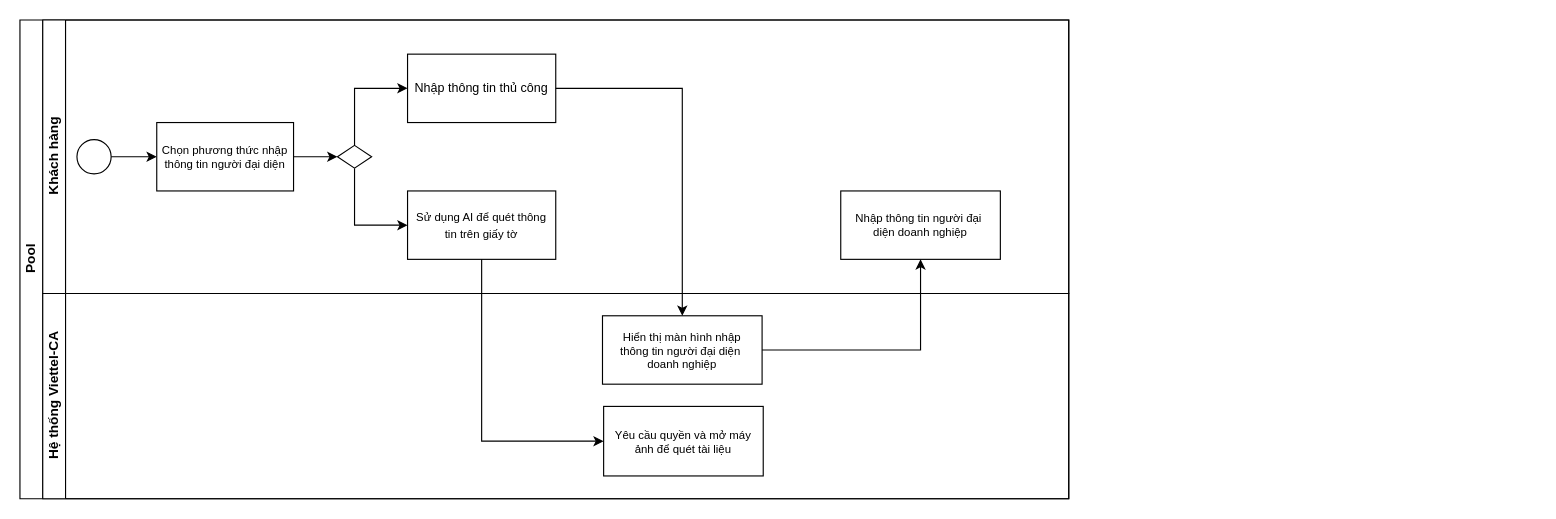
The draw.io diagram eKYC người đại diện.drawio in ddthang2611/TSA-Diagram, before the edit. Source tidied: cells renumbered, new cells numbered last; positions are measured from the earlier drawing's top-left corner, leaving out a move shared by most shapes. Both pictures are drawn from the tidied source at 114%, with x=0, y=0 at pixel (19, 19).
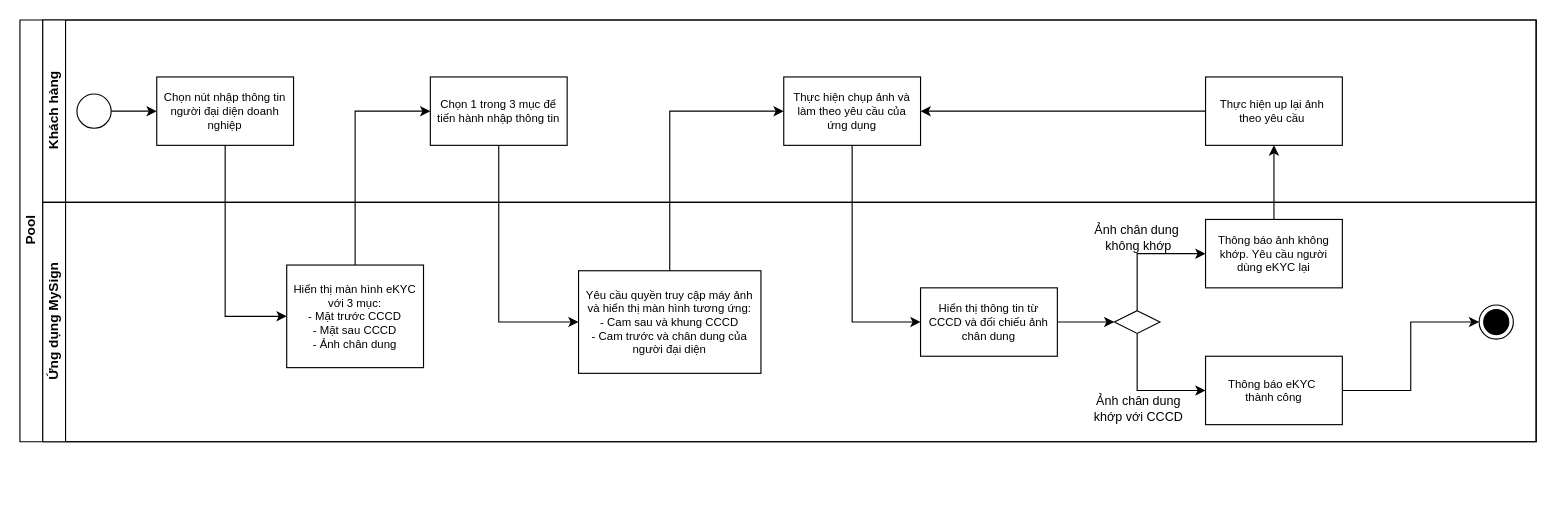
The same page after the edit.

Commit message:
Cập nhật eKYC người đại diện.drawio

The edit, as a diff of the source:
```diff
@@
     <mxCell id="2" value="Pool" style="swimlane;html=1;horizontal=0;startSize=20;" parent="1" vertex="1">
-      <mxGeometry width="920" height="420" as="geometry" />
+      <mxGeometry width="1330" height="370" as="geometry" />
     </mxCell>
     <mxCell id="3" value="Khách hàng" style="swimlane;html=1;startSize=20;horizontal=0;" parent="2" vertex="1">
-      <mxGeometry x="20" width="900" height="240" as="geometry" />
+      <mxGeometry x="20" width="1310" height="160" as="geometry" />
     </mxCell>
@@
     <mxCell id="5" style="ellipse;whiteSpace=wrap;html=1;" parent="3" vertex="1">
-      <mxGeometry x="30" y="105" width="30" height="30" as="geometry" />
+      <mxGeometry x="30" y="65" width="30" height="30" as="geometry" />
     </mxCell>
-    <mxCell id="6" style="edgeStyle=orthogonalEdgeStyle;rounded=0;jettySize=auto;html=1;exitX=1;exitY=0.5;exitDx=0;exitDy=0;entryX=0;entryY=0.5;entryDx=0;entryDy=0;" parent="3" edge="1" source="7" target="10">
-      <mxGeometry relative="1" as="geometry" />
-    </mxCell>
-    <mxCell id="7" value="Chọn phương thức nhập thông tin người đại diện" style="rounded=0;whiteSpace=wrap;html=1;fontFamily=Helvetica;fontSize=10;fontColor=#000000;align=center;" parent="3" vertex="1">
-      <mxGeometry x="100" y="90" width="120" height="60" as="geometry" />
+    <mxCell id="7" value="Chọn nút nhập thông tin&lt;br&gt;người đại diện doanh nghiệp" style="rounded=0;whiteSpace=wrap;html=1;fontFamily=Helvetica;fontSize=10;fontColor=#000000;align=center;" parent="3" vertex="1">
+      <mxGeometry x="100" y="50" width="120" height="60" as="geometry" />
     </mxCell>
-    <mxCell id="8" style="edgeStyle=orthogonalEdgeStyle;rounded=0;jettySize=auto;html=1;entryX=0;entryY=0.5;entryDx=0;entryDy=0;exitX=0.5;exitY=0;exitDx=0;exitDy=0;" parent="3" edge="1" source="10" target="11">
-      <mxGeometry relative="1" as="geometry" />
-    </mxCell>
-    <mxCell id="9" style="edgeStyle=orthogonalEdgeStyle;rounded=0;jettySize=auto;html=1;exitX=0.5;exitY=1;exitDx=0;exitDy=0;entryX=0;entryY=0.5;entryDx=0;entryDy=0;" parent="3" edge="1" source="10" target="12">
-      <mxGeometry relative="1" as="geometry" />
-    </mxCell>
-    <mxCell id="10" style="rhombus;whiteSpace=wrap;html=1;fontFamily=Helvetica;fontSize=12;fontColor=#000000;align=center;" parent="3" vertex="1">
-      <mxGeometry x="258.5" y="110" width="30" height="20" as="geometry" />
-    </mxCell>
-    <mxCell id="11" value="&lt;font style=&quot;font-size: 11px;&quot;&gt;Nhập thông tin thủ công&lt;/font&gt;" style="rounded=0;whiteSpace=wrap;html=1;fontFamily=Helvetica;fontSize=12;fontColor=#000000;align=center;" parent="3" vertex="1">
-      <mxGeometry x="320" y="30" width="130" height="60" as="geometry" />
-    </mxCell>
-    <mxCell id="12" value="&lt;font style=&quot;font-size: 10px;&quot;&gt;Sử dụng AI để quét thông&lt;br style=&quot;border-color: var(--border-color);&quot;&gt;&lt;span style=&quot;border-color: var(--border-color);&quot;&gt;tin trên giấy tờ&lt;/span&gt;&lt;/font&gt;" style="rounded=0;whiteSpace=wrap;html=1;fontFamily=Helvetica;fontSize=12;fontColor=#000000;align=center;" parent="3" vertex="1">
-      <mxGeometry x="320" y="150" width="130" height="60" as="geometry" />
-    </mxCell>
-    <mxCell id="13" value="Nhập thông tin người đại&amp;nbsp;&lt;br&gt;diện doanh nghiệp" style="whiteSpace=wrap;html=1;fontSize=10;" parent="3" vertex="1">
-      <mxGeometry x="700" y="150" width="140" height="60" as="geometry" />
-    </mxCell>
+    <mxCell id="20" value="Chọn 1 trong 3 mục để&lt;br&gt;tiến hành nhập thông tin" style="rounded=0;whiteSpace=wrap;html=1;fontFamily=Helvetica;fontSize=10;fontColor=#000000;align=center;" parent="3" vertex="1">
+      <mxGeometry x="340" y="50" width="120" height="60" as="geometry" />
+    </mxCell>
+    <mxCell id="21" value="Thực hiện chụp ảnh và làm theo yêu cầu của &lt;br&gt;ứng dụng" style="rounded=0;whiteSpace=wrap;html=1;fontFamily=Helvetica;fontSize=10;fontColor=#000000;align=center;" parent="3" vertex="1">
+      <mxGeometry x="650" y="50" width="120" height="60" as="geometry" />
+    </mxCell>
+    <mxCell id="22" style="edgeStyle=orthogonalEdgeStyle;rounded=0;jettySize=auto;html=1;exitX=0;exitY=0.5;exitDx=0;exitDy=0;entryX=1;entryY=0.5;entryDx=0;entryDy=0;" parent="3" edge="1" source="23" target="21">
+      <mxGeometry relative="1" as="geometry" />
+    </mxCell>
+    <mxCell id="23" value="Thực hiện up lại ảnh&amp;nbsp;&lt;br&gt;theo yêu cầu&amp;nbsp;" style="whiteSpace=wrap;html=1;fontSize=10;" parent="3" vertex="1">
+      <mxGeometry x="1020" y="50" width="120" height="60" as="geometry" />
+    </mxCell>
-    <mxCell id="14" value="Hệ thống Viettel-CA" style="swimlane;html=1;startSize=20;horizontal=0;" parent="2" vertex="1">
-      <mxGeometry x="20" y="240" width="900" height="180" as="geometry" />
+    <mxCell id="14" value="Ứng dụng MySign" style="swimlane;html=1;startSize=20;horizontal=0;" parent="2" vertex="1">
+      <mxGeometry x="20" y="160" width="1310" height="210" as="geometry" />
     </mxCell>
-    <mxCell id="15" value="Hiển thị màn hình&amp;nbsp;nhập &lt;br style=&quot;font-size: 10px;&quot;&gt;thông tin người đại diện&amp;nbsp;&lt;br&gt;doanh nghiệp" style="whiteSpace=wrap;html=1;fontSize=10;" parent="14" vertex="1">
-      <mxGeometry x="491" y="19.5" width="140" height="60" as="geometry" />
-    </mxCell>
-    <mxCell id="16" value="Yêu cầu quyền và mở máy ảnh để quét tài liệu" style="whiteSpace=wrap;html=1;fontSize=10;" parent="14" vertex="1">
-      <mxGeometry x="492" y="99" width="140" height="61" as="geometry" />
-    </mxCell>
-    <mxCell id="17" style="edgeStyle=orthogonalEdgeStyle;rounded=0;jettySize=auto;html=1;entryX=0;entryY=0.5;entryDx=0;entryDy=0;exitX=0.5;exitY=1;exitDx=0;exitDy=0;" parent="2" edge="1" source="12" target="16">
-      <mxGeometry relative="1" as="geometry" />
-    </mxCell>
-    <mxCell id="18" style="edgeStyle=orthogonalEdgeStyle;rounded=0;jettySize=auto;html=1;exitX=1;exitY=0.5;exitDx=0;exitDy=0;entryX=0.5;entryY=0;entryDx=0;entryDy=0;" parent="2" edge="1" source="11" target="15">
-      <mxGeometry relative="1" as="geometry" />
-    </mxCell>
-    <mxCell id="19" style="edgeStyle=orthogonalEdgeStyle;rounded=0;jettySize=auto;html=1;" parent="2" edge="1" source="15" target="13">
-      <mxGeometry relative="1" as="geometry" />
-    </mxCell>
+    <mxCell id="24" value="Hiển thị màn hình eKYC với 3 mục:&lt;br&gt;- Mặt trước CCCD&lt;br&gt;- Mặt sau CCCD&lt;br&gt;- Ảnh chân dung" style="rounded=0;whiteSpace=wrap;html=1;fontFamily=Helvetica;fontSize=10;fontColor=#000000;align=center;" parent="14" vertex="1">
+      <mxGeometry x="214" y="55" width="120" height="90" as="geometry" />
+    </mxCell>
+    <mxCell id="25" value="Yêu cầu quyền truy cập máy ảnh và hiển thị màn hình tương ứng:&lt;br&gt;- Cam sau và khung CCCD&lt;br&gt;- Cam trước và chân dung của người đại diện" style="rounded=0;whiteSpace=wrap;html=1;fontFamily=Helvetica;fontSize=10;fontColor=#000000;align=center;" parent="14" vertex="1">
+      <mxGeometry x="470" y="60" width="160" height="90" as="geometry" />
+    </mxCell>
+    <mxCell id="26" style="edgeStyle=orthogonalEdgeStyle;rounded=0;jettySize=auto;html=1;exitX=1;exitY=0.5;exitDx=0;exitDy=0;entryX=0;entryY=0.5;entryDx=0;entryDy=0;" parent="14" edge="1" source="27" target="30">
+      <mxGeometry relative="1" as="geometry" />
+    </mxCell>
+    <mxCell id="27" value="Hiển thị thông tin từ CCCD và đối chiếu ảnh&lt;br&gt;chân dung" style="rounded=0;whiteSpace=wrap;html=1;fontFamily=Helvetica;fontSize=10;fontColor=#000000;align=center;" parent="14" vertex="1">
+      <mxGeometry x="770" y="75" width="120" height="60" as="geometry" />
+    </mxCell>
+    <mxCell id="28" style="edgeStyle=orthogonalEdgeStyle;rounded=0;jettySize=auto;html=1;exitX=0.5;exitY=1;exitDx=0;exitDy=0;entryX=0;entryY=0.5;entryDx=0;entryDy=0;" parent="14" edge="1" source="30" target="35">
+      <mxGeometry relative="1" as="geometry" />
+    </mxCell>
+    <mxCell id="29" value="Ảnh chân dung&lt;br&gt;khớp với CCCD" style="edgeLabel;html=1;align=center;verticalAlign=middle;" parent="28" vertex="1">
+      <mxGeometry x="-0.22" y="2" relative="1" as="geometry">
+        <mxPoint x="-2" y="22" as="offset" />
+      </mxGeometry>
+    </mxCell>
+    <mxCell id="30" style="rhombus;whiteSpace=wrap;html=1;" parent="14" vertex="1">
+      <mxGeometry x="940" y="95" width="40" height="20" as="geometry" />
+    </mxCell>
+    <mxCell id="31" value="Thông báo ảnh không khớp. Yêu cầu người dùng eKYC lại" style="whiteSpace=wrap;html=1;fontSize=10;" parent="14" vertex="1">
+      <mxGeometry x="1020" y="15" width="120" height="60" as="geometry" />
+    </mxCell>
+    <mxCell id="32" style="edgeStyle=orthogonalEdgeStyle;rounded=0;jettySize=auto;html=1;entryX=0;entryY=0.5;entryDx=0;entryDy=0;exitX=0.5;exitY=0;exitDx=0;exitDy=0;" parent="14" edge="1" source="30" target="31">
+      <mxGeometry relative="1" as="geometry" />
+    </mxCell>
+    <mxCell id="33" value="Ảnh chân dung&amp;nbsp;&lt;br&gt;không khớp" style="edgeLabel;html=1;align=center;verticalAlign=middle;labelBackgroundColor=none;" parent="32" vertex="1">
+      <mxGeometry x="0.09" y="-4" relative="1" as="geometry">
+        <mxPoint x="-10" y="-19" as="offset" />
+      </mxGeometry>
+    </mxCell>
+    <mxCell id="34" style="edgeStyle=orthogonalEdgeStyle;rounded=0;jettySize=auto;html=1;exitX=1;exitY=0.5;exitDx=0;exitDy=0;entryX=0;entryY=0.5;entryDx=0;entryDy=0;" parent="14" edge="1" source="35" target="36">
+      <mxGeometry relative="1" as="geometry" />
+    </mxCell>
+    <mxCell id="35" value="Thông báo eKYC&amp;nbsp;&lt;br&gt;thành công" style="whiteSpace=wrap;html=1;fontSize=10;" parent="14" vertex="1">
+      <mxGeometry x="1020" y="135" width="120" height="60" as="geometry" />
+    </mxCell>
+    <mxCell id="36" style="ellipse;html=1;shape=endState;fillColor=strokeColor;" parent="14" vertex="1">
+      <mxGeometry x="1260" y="90" width="30" height="30" as="geometry" />
+    </mxCell>
+    <mxCell id="37" style="edgeStyle=orthogonalEdgeStyle;rounded=0;jettySize=auto;html=1;entryX=0;entryY=0.5;entryDx=0;entryDy=0;" parent="2" edge="1" source="7" target="24">
+      <mxGeometry relative="1" as="geometry" />
+    </mxCell>
+    <mxCell id="38" style="edgeStyle=orthogonalEdgeStyle;rounded=0;jettySize=auto;html=1;entryX=0;entryY=0.5;entryDx=0;entryDy=0;exitX=0.5;exitY=0;exitDx=0;exitDy=0;" parent="2" edge="1" source="24" target="20">
+      <mxGeometry relative="1" as="geometry" />
+    </mxCell>
+    <mxCell id="39" style="edgeStyle=orthogonalEdgeStyle;rounded=0;jettySize=auto;html=1;entryX=0;entryY=0.5;entryDx=0;entryDy=0;exitX=0.5;exitY=1;exitDx=0;exitDy=0;" parent="2" edge="1" source="20" target="25">
+      <mxGeometry relative="1" as="geometry" />
+    </mxCell>
+    <mxCell id="40" style="edgeStyle=orthogonalEdgeStyle;rounded=0;jettySize=auto;html=1;entryX=0;entryY=0.5;entryDx=0;entryDy=0;exitX=0.5;exitY=0;exitDx=0;exitDy=0;" parent="2" edge="1" source="25" target="21">
+      <mxGeometry relative="1" as="geometry" />
+    </mxCell>
+    <mxCell id="41" style="edgeStyle=orthogonalEdgeStyle;rounded=0;jettySize=auto;html=1;exitX=0.5;exitY=1;exitDx=0;exitDy=0;entryX=0;entryY=0.5;entryDx=0;entryDy=0;" parent="2" edge="1" source="21" target="27">
+      <mxGeometry relative="1" as="geometry" />
+    </mxCell>
+    <mxCell id="42" style="edgeStyle=orthogonalEdgeStyle;rounded=0;jettySize=auto;html=1;exitX=0.5;exitY=0;exitDx=0;exitDy=0;entryX=0.5;entryY=1;entryDx=0;entryDy=0;" parent="2" edge="1" source="31" target="23">
+      <mxGeometry relative="1" as="geometry" />
+    </mxCell>
```
